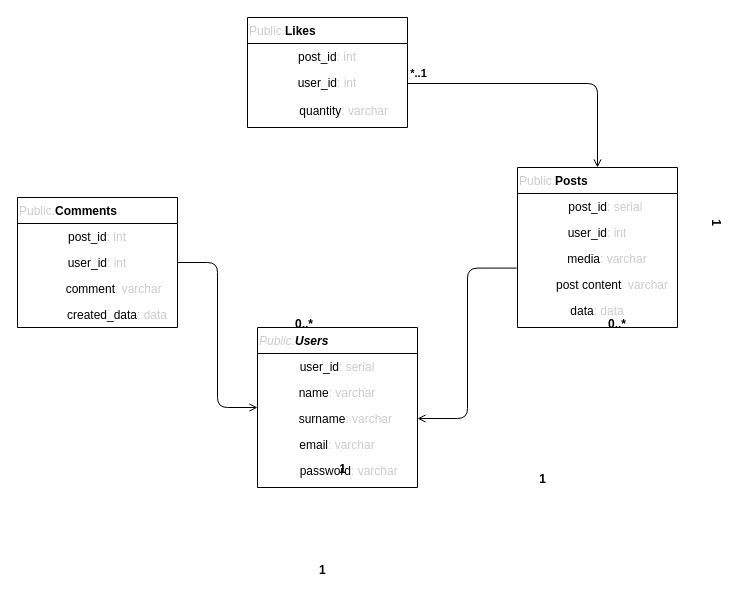
Earlier version of the draw.io diagram documentation/ENTITES-model/Untitled Diagram.drawio (vladyslav-proga/socialNet). Source tidied: cells renumbered, new cells numbered last; positions are measured from the earlier drawing's top-left corner, leaving out a move shared by most shapes. Both pictures are drawn from the tidied source at 100%, with x=0, y=0 at pixel (17, 17).
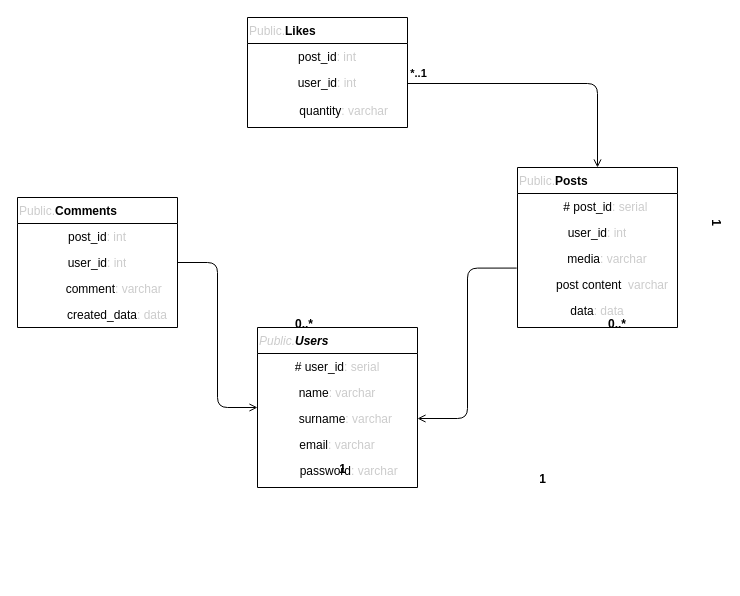
The same page after the edit.

Unchanged cells that the change refers to:
```xml
<mxCell id="2" value="&lt;font color=&quot;#cccccc&quot;&gt;Public.&lt;/font&gt;&lt;b&gt;Users&lt;/b&gt;&lt;font color=&quot;#cccccc&quot;&gt;&amp;nbsp;&lt;/font&gt;" style="swimlane;fontStyle=2;align=left;verticalAlign=top;horizontal=1;startSize=26;shadow=0;strokeWidth=1;labelBorderColor=none;html=1;" parent="1" vertex="1">
  <mxGeometry x="240" y="310" width="160" height="160" as="geometry" />
</mxCell>
<mxCell id="18" value="&lt;font color=&quot;#cccccc&quot;&gt;Public.&lt;/font&gt;&lt;b&gt;Posts&lt;/b&gt;" style="swimlane;fontStyle=0;align=left;verticalAlign=top;horizontal=1;startSize=26;shadow=0;strokeWidth=1;html=1;" parent="1" vertex="1">
  <mxGeometry x="500" y="150" width="160" height="160" as="geometry" />
</mxCell>
<mxCell id="24" style="endArrow=open;shadow=0;strokeWidth=1;endFill=1;edgeStyle=orthogonalEdgeStyle;elbow=vertical;exitX=-0.005;exitY=0.869;exitDx=0;exitDy=0;exitPerimeter=0;entryX=1;entryY=0.5;entryDx=0;entryDy=0;" parent="1" edge="1" source="21" target="5">
  <mxGeometry x="0.5" y="41" relative="1" as="geometry">
    <Array as="points">
      <mxPoint x="450" y="251" />
      <mxPoint x="450" y="401" />
    </Array>
    <mxPoint x="-40" y="32" as="offset" />
  </mxGeometry>
</mxCell>
```

What changed in the source:
```diff
@@
-    <mxCell id="3" value="user_id&lt;font color=&quot;#cccccc&quot;&gt;: serial&lt;/font&gt;" style="text;align=center;verticalAlign=top;spacingLeft=4;spacingRight=4;overflow=hidden;html=1;" parent="2" vertex="1">
+    <mxCell id="3" value="# user_id&lt;font color=&quot;#cccccc&quot;&gt;: serial&lt;/font&gt;" style="text;align=center;verticalAlign=top;spacingLeft=4;spacingRight=4;overflow=hidden;html=1;" parent="2" vertex="1">
       <mxGeometry y="26" width="160" height="26" as="geometry" />
     </mxCell>
@@
-    <mxCell id="19" value="&lt;div&gt;&lt;span&gt;&amp;nbsp; &amp;nbsp; &amp;nbsp;post_id&lt;/span&gt;&lt;font color=&quot;#cccccc&quot;&gt;: serial&lt;/font&gt;&lt;/div&gt;" style="text;align=center;verticalAlign=top;spacingLeft=4;spacingRight=4;overflow=hidden;html=1;" parent="18" vertex="1">
+    <mxCell id="19" value="&lt;div&gt;&lt;span&gt;&amp;nbsp; &amp;nbsp; &amp;nbsp;# post_id&lt;/span&gt;&lt;font color=&quot;#cccccc&quot;&gt;: serial&lt;/font&gt;&lt;/div&gt;" style="text;align=center;verticalAlign=top;spacingLeft=4;spacingRight=4;overflow=hidden;html=1;" parent="18" vertex="1">
       <mxGeometry y="26" width="160" height="26" as="geometry" />
     </mxCell>
@@
-    <mxCell id="25" value="1" style="align=right;verticalAlign=bottom;labelBackgroundColor=none;fontSize=12;fontStyle=1;" parent="24" vertex="1">
-      <mxGeometry x="1" relative="1" as="geometry">
-        <mxPoint x="-90" y="160" as="offset" />
-      </mxGeometry>
-    </mxCell>
```
